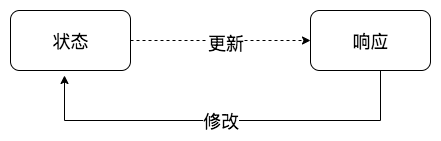
Before: mobx-model-sample.png, a diagram exported from draw.io (whinc/pic-bed). Source tidied: cells renumbered, new cells last; positions are measured from the earlier drawing's top-left corner, leaving out a move shared by most shapes.
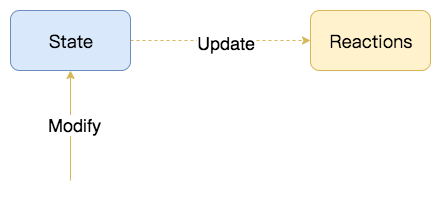
The same diagram one commit later.

Change to the diagram source:
```diff
@@ -2,30 +2,25 @@
   <root>
     <mxCell id="0" />
     <mxCell id="1" parent="0" />
-    <mxCell id="2" style="edgeStyle=orthogonalEdgeStyle;rounded=0;jettySize=auto;html=1;exitX=1;exitY=0.5;exitDx=0;exitDy=0;fontFamily=Lucida Console;fontSize=18;dashed=1;" parent="1" edge="1" source="4" target="7">
+    <mxCell id="2" style="edgeStyle=orthogonalEdgeStyle;rounded=0;jettySize=auto;html=1;exitX=1;exitY=0.5;exitDx=0;exitDy=0;fontFamily=Lucida Console;fontSize=18;dashed=1;fillColor=#fff2cc;strokeColor=#d6b656;" parent="1" edge="1" source="4" target="5">
       <mxGeometry relative="1" as="geometry" />
     </mxCell>
-    <mxCell id="3" value="更新" style="text;html=1;align=center;verticalAlign=middle;labelBackgroundColor=#ffffff;fontSize=18;fontFamily=Helvetica;" parent="2" vertex="1">
+    <mxCell id="3" value="Update" style="text;html=1;align=center;verticalAlign=middle;labelBackgroundColor=#ffffff;fontSize=18;fontFamily=Helvetica;" parent="2" vertex="1">
       <mxGeometry x="0.06" y="-2" relative="1" as="geometry" />
     </mxCell>
-    <mxCell id="4" value="状态" style="rounded=1;whiteSpace=wrap;html=1;fontFamily=Lucida Console;fontSize=18;" parent="1" vertex="1">
+    <mxCell id="4" value="State" style="rounded=1;whiteSpace=wrap;html=1;fontFamily=Lucida Console;fontSize=18;fillColor=#dae8fc;strokeColor=#6c8ebf;" parent="1" vertex="1">
       <mxGeometry width="120" height="60" as="geometry" />
     </mxCell>
-    <mxCell id="5" style="edgeStyle=orthogonalEdgeStyle;rounded=0;jettySize=auto;html=1;entryX=0.45;entryY=1.083;entryDx=0;entryDy=0;entryPerimeter=0;fontFamily=Lucida Console;fontSize=18;" parent="1" edge="1" source="7" target="4">
-      <mxGeometry relative="1" as="geometry">
-        <Array as="points">
-          <mxPoint x="370" y="110" />
-          <mxPoint x="54" y="110" />
-        </Array>
-      </mxGeometry>
+    <mxCell id="5" value="Reactions" style="rounded=1;whiteSpace=wrap;html=1;fontFamily=Lucida Console;fontSize=18;fillColor=#fff2cc;strokeColor=#d6b656;" parent="1" vertex="1">
+      <mxGeometry x="300" width="120" height="60" as="geometry" />
     </mxCell>
-    <mxCell id="6" value="修改" style="text;html=1;align=center;verticalAlign=middle;labelBackgroundColor=#ffffff;fontSize=18;fontFamily=Lucida Console;" parent="5" vertex="1">
-      <mxGeometry x="-0.12" y="2" relative="1" as="geometry">
-        <mxPoint x="-30" y="-2" as="offset" />
+    <mxCell id="6" style="endArrow=classic;html=1;fontFamily=Helvetica;fontSize=18;entryX=0.5;entryY=1;entryDx=0;entryDy=0;fillColor=#fff2cc;strokeColor=#d6b656;" parent="1" edge="1" target="4">
+      <mxGeometry relative="1" as="geometry">
+        <mxPoint x="60" y="170" as="sourcePoint" />
       </mxGeometry>
     </mxCell>
-    <mxCell id="7" value="响应" style="rounded=1;whiteSpace=wrap;html=1;fontFamily=Lucida Console;fontSize=18;" parent="1" vertex="1">
-      <mxGeometry x="300" width="120" height="60" as="geometry" />
+    <mxCell id="7" value="Modify" style="text;html=1;points=[];align=center;verticalAlign=middle;labelBackgroundColor=#ffffff;fontSize=18;fontFamily=Helvetica;" parent="6" vertex="1">
+      <mxGeometry x="0.02" y="-4" relative="1" as="geometry" />
     </mxCell>
   </root>
 </mxGraphModel>
```
